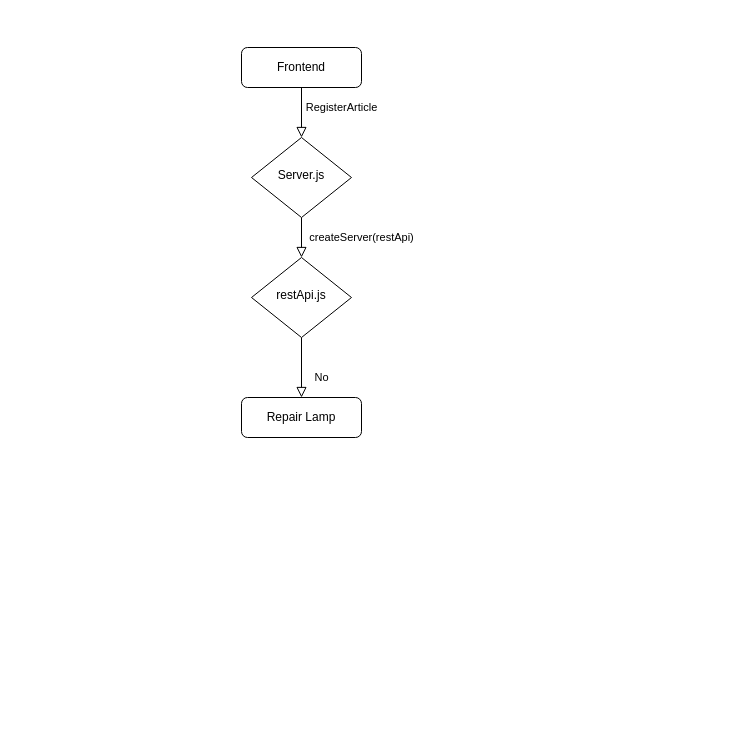
The draw.io diagram Untitled Diagram.drawio in PauTheu/Smith, before the edit. Source tidied: cells renumbered, new cells numbered last; positions are measured from the earlier drawing's top-left corner, leaving out a move shared by most shapes. Both pictures are drawn from the tidied source at 100%, with x=0, y=0 at pixel (241, 47).
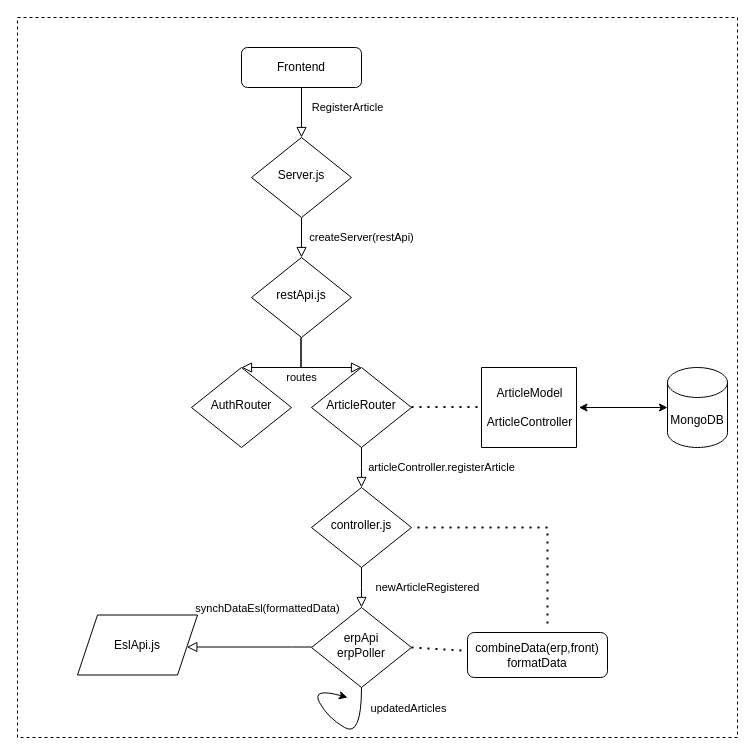
After the change.

Unchanged cells that the change refers to:
```xml
<mxCell id="3" value="Frontend" style="rounded=1;whiteSpace=wrap;html=1;fontSize=12;glass=0;strokeWidth=1;shadow=0;" parent="1" vertex="1">
  <mxGeometry width="120" height="40" as="geometry" />
</mxCell>
<mxCell id="5" value="Server.js" style="rhombus;whiteSpace=wrap;html=1;shadow=0;fontFamily=Helvetica;fontSize=12;align=center;strokeWidth=1;spacing=6;spacingTop=-4;" parent="1" vertex="1">
  <mxGeometry x="10" y="90" width="100" height="80" as="geometry" />
</mxCell>
<mxCell id="7" value="restApi.js" style="rhombus;whiteSpace=wrap;html=1;shadow=0;fontFamily=Helvetica;fontSize=12;align=center;strokeWidth=1;spacing=6;spacingTop=-4;" parent="1" vertex="1">
  <mxGeometry x="10" y="210" width="100" height="80" as="geometry" />
</mxCell>
```

The edit, as a diff of the source:
```diff
@@
     <mxCell id="2" value="RegisterArticle" style="rounded=0;html=1;jettySize=auto;fontSize=11;endArrow=block;endFill=0;endSize=8;strokeWidth=1;shadow=0;labelBackgroundColor=none;edgeStyle=orthogonalEdgeStyle;" parent="1" edge="1" source="3" target="5">
-      <mxGeometry x="-0.2" y="40" relative="1" as="geometry" />
+      <mxGeometry x="-0.2" y="46" relative="1" as="geometry" />
     </mxCell>
@@
-    <mxCell id="6" value="No" style="rounded=0;html=1;jettySize=auto;fontSize=11;endArrow=block;endFill=0;endSize=8;strokeWidth=1;shadow=0;labelBackgroundColor=none;edgeStyle=orthogonalEdgeStyle;" parent="1" edge="1" source="7" target="8">
-      <mxGeometry x="0.33" y="20" relative="1" as="geometry" />
-    </mxCell>
@@
-    <mxCell id="8" value="Repair Lamp" style="rounded=1;whiteSpace=wrap;html=1;fontSize=12;glass=0;strokeWidth=1;shadow=0;" parent="1" vertex="1">
-      <mxGeometry y="350" width="120" height="40" as="geometry" />
-    </mxCell>
+    <mxCell id="9" value="ArticleRouter" style="rhombus;whiteSpace=wrap;html=1;shadow=0;fontFamily=Helvetica;fontSize=12;align=center;strokeWidth=1;spacing=6;spacingTop=-4;" parent="1" vertex="1">
+      <mxGeometry x="70" y="320" width="100" height="80" as="geometry" />
+    </mxCell>
+    <mxCell id="10" value="routes" style="rounded=0;html=1;jettySize=auto;fontSize=11;endArrow=block;endFill=0;endSize=8;strokeWidth=1;shadow=0;labelBackgroundColor=none;edgeStyle=orthogonalEdgeStyle;entryX=0.5;entryY=0;entryDx=0;entryDy=0;horizontal=1;" parent="1" edge="1" target="11">
+      <mxGeometry x="-0.33" y="10" relative="1" as="geometry">
+        <mxPoint x="59.5" y="290" as="sourcePoint" />
+        <Array as="points">
+          <mxPoint x="60" y="320" />
+        </Array>
+      </mxGeometry>
+    </mxCell>
+    <mxCell id="11" value="AuthRouter" style="rhombus;whiteSpace=wrap;html=1;shadow=0;fontFamily=Helvetica;fontSize=12;align=center;strokeWidth=1;spacing=6;spacingTop=-4;" parent="1" vertex="1">
+      <mxGeometry x="-50" y="320" width="100" height="80" as="geometry" />
+    </mxCell>
+    <mxCell id="12" style="rounded=0;html=1;jettySize=auto;fontSize=11;endArrow=block;endFill=0;endSize=8;strokeWidth=1;shadow=0;labelBackgroundColor=none;edgeStyle=orthogonalEdgeStyle;entryX=0.5;entryY=0;entryDx=0;entryDy=0;horizontal=1;" parent="1" edge="1" target="9">
+      <mxGeometry x="0.34" y="20" relative="1" as="geometry">
+        <mxPoint x="59.5" y="290" as="sourcePoint" />
+        <Array as="points">
+          <mxPoint x="60" y="320" />
+        </Array>
+        <mxPoint x="1" as="offset" />
+      </mxGeometry>
+    </mxCell>
+    <mxCell id="13" style="endArrow=none;dashed=1;html=1;dashPattern=1 3;strokeWidth=2;rounded=0;" parent="1" edge="1">
+      <mxGeometry relative="1" as="geometry">
+        <mxPoint x="170" y="359.5" as="sourcePoint" />
+        <mxPoint x="240" y="359.5" as="targetPoint" />
+      </mxGeometry>
+    </mxCell>
+    <mxCell id="14" style="swimlane;startSize=0;" parent="1" vertex="1">
+      <mxGeometry x="240" y="320" width="95" height="80" as="geometry" />
+    </mxCell>
+    <mxCell id="15" value="ArticleModel&lt;br&gt;&lt;br&gt;ArticleController" style="text;html=1;align=center;verticalAlign=middle;points=[];strokeColor=none;fillColor=none;" parent="14" vertex="1">
+      <mxGeometry x="-2.5" y="15" width="100" height="50" as="geometry" />
+    </mxCell>
+    <mxCell id="16" value="articleController.registerArticle" style="rounded=0;html=1;jettySize=auto;orthogonalLoop=1;fontSize=11;endArrow=block;endFill=0;endSize=8;strokeWidth=1;shadow=0;labelBackgroundColor=none;edgeStyle=orthogonalEdgeStyle;" parent="1" edge="1">
+      <mxGeometry y="80" relative="1" as="geometry">
+        <mxPoint x="120" y="400" as="sourcePoint" />
+        <mxPoint x="120" y="440" as="targetPoint" />
+        <Array as="points">
+          <mxPoint x="120" y="420" />
+          <mxPoint x="120" y="420" />
+        </Array>
+      </mxGeometry>
+    </mxCell>
+    <mxCell id="17" value="controller.js" style="rhombus;whiteSpace=wrap;html=1;shadow=0;fontFamily=Helvetica;fontSize=12;align=center;strokeWidth=1;spacing=6;spacingTop=-4;" parent="1" vertex="1">
+      <mxGeometry x="70" y="440" width="100" height="80" as="geometry" />
+    </mxCell>
+    <mxCell id="18" value="newArticleRegistered" style="rounded=0;html=1;jettySize=auto;orthogonalLoop=1;fontSize=11;endArrow=block;endFill=0;endSize=8;strokeWidth=1;shadow=0;labelBackgroundColor=none;edgeStyle=orthogonalEdgeStyle;" parent="1" edge="1">
+      <mxGeometry y="66" relative="1" as="geometry">
+        <mxPoint x="120" y="520" as="sourcePoint" />
+        <mxPoint x="120" y="560" as="targetPoint" />
+        <Array as="points">
+          <mxPoint x="120" y="540" />
+          <mxPoint x="120" y="540" />
+        </Array>
+      </mxGeometry>
+    </mxCell>
+    <mxCell id="19" value="erpApi&lt;br&gt;erpPoller" style="rhombus;whiteSpace=wrap;html=1;shadow=0;fontFamily=Helvetica;fontSize=12;align=center;strokeWidth=1;spacing=6;spacingTop=-4;" parent="1" vertex="1">
+      <mxGeometry x="70" y="560" width="100" height="80" as="geometry" />
+    </mxCell>
+    <mxCell id="20" value="synchDataEsl(formattedData)" style="rounded=0;html=1;jettySize=auto;fontSize=11;endArrow=block;endFill=0;endSize=8;strokeWidth=1;shadow=0;labelBackgroundColor=none;edgeStyle=orthogonalEdgeStyle;" parent="1" edge="1" target="23">
+      <mxGeometry x="-0.29" y="-39" relative="1" as="geometry">
+        <mxPoint x="70" y="599.5" as="sourcePoint" />
+        <Array as="points">
+          <mxPoint x="50" y="599.5" />
+          <mxPoint x="50" y="599.5" />
+        </Array>
+      </mxGeometry>
+    </mxCell>
+    <mxCell id="21" style="endArrow=none;dashed=1;html=1;dashPattern=1 3;strokeWidth=2;rounded=0;exitX=1;exitY=0.5;exitDx=0;exitDy=0;" parent="1" edge="1" source="19" target="22">
+      <mxGeometry relative="1" as="geometry" />
+    </mxCell>
+    <mxCell id="22" value="combineData(erp,front)&lt;br&gt;formatData" style="rounded=1;whiteSpace=wrap;html=1;" parent="1" vertex="1">
+      <mxGeometry x="226" y="585" width="140" height="45" as="geometry" />
+    </mxCell>
+    <mxCell id="23" value="EslApi.js" style="shape=parallelogram;perimeter=parallelogramPerimeter;whiteSpace=wrap;html=1;fixedSize=1;" parent="1" vertex="1">
+      <mxGeometry x="-164" y="567.5" width="120" height="60" as="geometry" />
+    </mxCell>
+    <mxCell id="24" style="endArrow=none;dashed=1;html=1;dashPattern=1 3;strokeWidth=2;rounded=0;" parent="1" edge="1">
+      <mxGeometry relative="1" as="geometry">
+        <mxPoint x="176" y="480" as="sourcePoint" />
+        <mxPoint x="306" y="580" as="targetPoint" />
+        <Array as="points">
+          <mxPoint x="306" y="480" />
+        </Array>
+      </mxGeometry>
+    </mxCell>
+    <mxCell id="25" style="curved=1;endArrow=classic;html=1;rounded=0;" parent="1" edge="1">
+      <mxGeometry relative="1" as="geometry">
+        <mxPoint x="120" y="640" as="sourcePoint" />
+        <mxPoint x="106" y="650" as="targetPoint" />
+        <Array as="points">
+          <mxPoint x="120" y="690" />
+          <mxPoint x="86" y="670" />
+          <mxPoint x="70" y="640" />
+        </Array>
+      </mxGeometry>
+    </mxCell>
+    <mxCell id="26" value="updatedArticles" style="edgeLabel;html=1;align=center;verticalAlign=middle;" parent="25" vertex="1">
+      <mxGeometry x="-0.58" y="-5" relative="1" as="geometry">
+        <mxPoint x="51" y="-14" as="offset" />
+      </mxGeometry>
+    </mxCell>
+    <mxCell id="27" value="MongoDB" style="shape=cylinder3;whiteSpace=wrap;html=1;boundedLbl=1;backgroundOutline=1;size=15;" parent="1" vertex="1">
+      <mxGeometry x="426" y="320" width="60" height="80" as="geometry" />
+    </mxCell>
+    <mxCell id="28" style="endArrow=classic;startArrow=classic;html=1;rounded=0;exitX=0;exitY=0.5;exitDx=0;exitDy=0;exitPerimeter=0;" parent="1" edge="1" source="27" target="15">
+      <mxGeometry relative="1" as="geometry" />
+    </mxCell>
+    <mxCell id="29" style="whiteSpace=wrap;html=1;dashed=1;fillColor=none;" parent="1" vertex="1">
+      <mxGeometry x="-224" y="-30" width="720" height="720" as="geometry" />
+    </mxCell>
```
